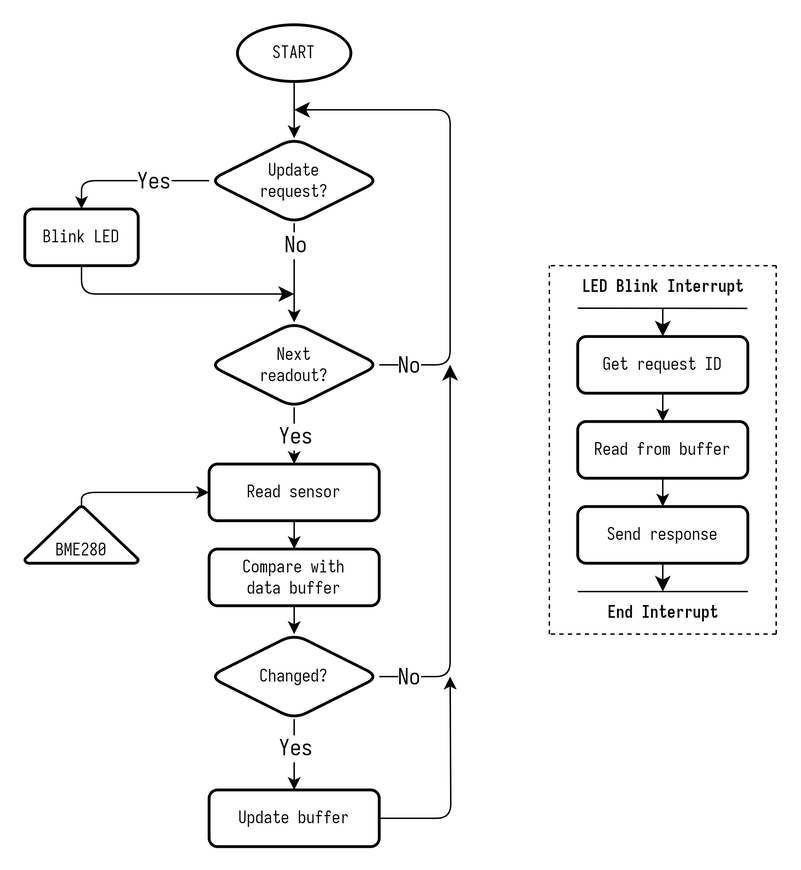
Earlier version of the draw.io export images/SLAVE-loop-flowchart.png (utbrott/lora-psn). Source tidied: cells renumbered, new cells last; positions are measured from the earlier drawing's top-left corner, leaving out a move shared by most shapes.
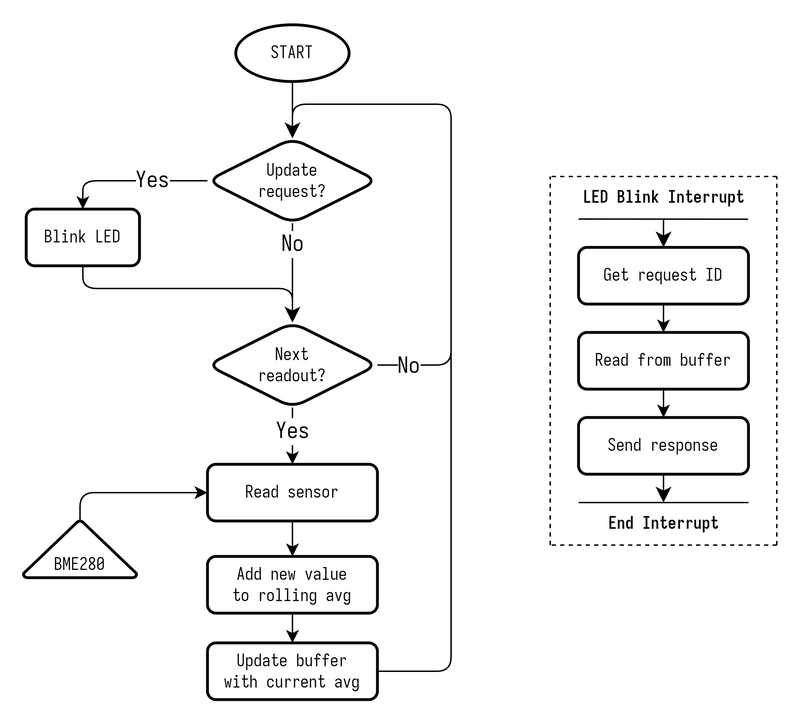
Later version of the same file.

The edit, as a diff of the source:
```diff
@@ -3,43 +3,43 @@
     <mxCell id="0" />
     <mxCell id="1" parent="0" />
     <mxCell id="2" value="Update&lt;br&gt;request?" style="rhombus;whiteSpace=wrap;html=1;fontFamily=Iosevka;fontSize=12;strokeWidth=2;rounded=1;" parent="1" vertex="1">
-      <mxGeometry x="130" y="80" width="120" height="60" as="geometry" />
+      <mxGeometry x="129" y="132" width="120" height="60" as="geometry" />
     </mxCell>
-    <mxCell id="3" style="edgeStyle=none;rounded=1;jettySize=auto;html=1;fontSize=12;startSize=8;endSize=8;exitX=0.5;exitY=1;exitDx=0;exitDy=0;" parent="1" edge="1" source="4">
+    <mxCell id="3" style="edgeStyle=none;rounded=1;jettySize=auto;html=1;fontSize=12;startSize=8;endSize=8;exitX=0.5;exitY=1;exitDx=0;exitDy=0;entryX=0.5;entryY=0;entryDx=0;entryDy=0;" parent="1" edge="1" source="4" target="7">
       <mxGeometry relative="1" as="geometry">
-        <mxPoint x="190" y="190" as="targetPoint" />
         <Array as="points">
-          <mxPoint x="40" y="190" />
+          <mxPoint x="41" y="238" />
+          <mxPoint x="189" y="238" />
         </Array>
       </mxGeometry>
     </mxCell>
     <mxCell id="4" value="Blink LED" style="rounded=1;whiteSpace=wrap;html=1;fontSize=12;glass=0;strokeWidth=2;shadow=0;fontFamily=Iosevka;" parent="1" vertex="1">
-      <mxGeometry y="130" width="80" height="40" as="geometry" />
+      <mxGeometry x="1" y="182" width="80" height="40" as="geometry" />
     </mxCell>
-    <mxCell id="5" style="edgeStyle=none;rounded=1;jettySize=auto;html=1;exitX=1;exitY=0.5;exitDx=0;exitDy=0;fontSize=12;startSize=8;endSize=8;" parent="1" edge="1" source="7">
+    <mxCell id="5" style="edgeStyle=none;rounded=1;jettySize=auto;html=1;exitX=1;exitY=0.5;exitDx=0;exitDy=0;fontSize=12;startSize=8;endSize=8;entryX=0.5;entryY=0;entryDx=0;entryDy=0;" parent="1" edge="1" source="7" target="2">
       <mxGeometry relative="1" as="geometry">
-        <mxPoint x="190" y="60" as="targetPoint" />
         <Array as="points">
-          <mxPoint x="300" y="240" />
-          <mxPoint x="300" y="60" />
+          <mxPoint x="301" y="292" />
+          <mxPoint x="301" y="108" />
+          <mxPoint x="189" y="108" />
         </Array>
       </mxGeometry>
     </mxCell>
     <mxCell id="6" value="No" style="edgeLabel;html=1;align=center;verticalAlign=middle;fontSize=16;fontFamily=Iosevka;rounded=1;" parent="5" vertex="1">
       <mxGeometry x="-0.35" relative="1" as="geometry">
-        <mxPoint x="-30" y="60" as="offset" />
+        <mxPoint x="-30" y="69" as="offset" />
       </mxGeometry>
     </mxCell>
     <mxCell id="7" value="Next&lt;br&gt;readout?" style="rhombus;whiteSpace=wrap;html=1;fontFamily=Iosevka;fontSize=12;strokeWidth=2;rounded=1;" parent="1" vertex="1">
-      <mxGeometry x="130" y="210" width="120" height="60" as="geometry" />
+      <mxGeometry x="129" y="262" width="120" height="60" as="geometry" />
     </mxCell>
-    <mxCell id="8" style="edgeStyle=orthogonalEdgeStyle;rounded=1;jettySize=auto;html=1;exitX=0.5;exitY=1;exitDx=0;exitDy=0;entryX=0.5;entryY=0;entryDx=0;entryDy=0;" parent="1" edge="1" source="9" target="22">
+    <mxCell id="8" style="edgeStyle=orthogonalEdgeStyle;rounded=1;jettySize=auto;html=1;exitX=0.5;exitY=1;exitDx=0;exitDy=0;" parent="1" edge="1" source="9" target="24">
       <mxGeometry relative="1" as="geometry" />
     </mxCell>
-    <mxCell id="9" value="Compare with&lt;br style=&quot;font-size: 12px;&quot;&gt;data buffer" style="rounded=1;whiteSpace=wrap;html=1;fontSize=12;glass=0;strokeWidth=2;shadow=0;fontFamily=Iosevka;" parent="1" vertex="1">
-      <mxGeometry x="130" y="370" width="120" height="40" as="geometry" />
+    <mxCell id="9" value="Add new value&lt;br&gt;to rolling avg" style="rounded=1;whiteSpace=wrap;html=1;fontSize=12;glass=0;strokeWidth=2;shadow=0;fontFamily=Iosevka;" parent="1" vertex="1">
+      <mxGeometry x="129" y="427" width="120" height="40" as="geometry" />
     </mxCell>
-    <mxCell id="10" style="endArrow=classic;html=1;rounded=1;fontFamily=Iosevka;exitX=0.5;exitY=1;exitDx=0;exitDy=0;entryX=0.5;entryY=0;entryDx=0;entryDy=0;strokeWidth=1;" parent="1" edge="1" source="2" target="7">
+    <mxCell id="10" style="endArrow=classic;html=1;rounded=1;fontFamily=Iosevka;exitX=0.5;exitY=1;exitDx=0;exitDy=0;strokeWidth=1;" parent="1" edge="1" source="2" target="7">
       <mxGeometry relative="1" as="geometry" />
     </mxCell>
     <mxCell id="11" value="No" style="edgeLabel;html=1;align=center;verticalAlign=middle;fontFamily=Iosevka;fontSize=16;rounded=1;" parent="10" vertex="1">
@@ -50,7 +50,7 @@
     <mxCell id="12" style="endArrow=classic;html=1;rounded=1;exitX=0;exitY=0.5;exitDx=0;exitDy=0;entryX=0.5;entryY=0;entryDx=0;entryDy=0;strokeWidth=1;" parent="1" edge="1" source="2" target="4">
       <mxGeometry relative="1" as="geometry">
         <Array as="points">
-          <mxPoint x="40" y="110" />
+          <mxPoint x="41" y="162" />
         </Array>
       </mxGeometry>
     </mxCell>
@@ -62,65 +62,46 @@
     <mxCell id="14" style="edgeStyle=orthogonalEdgeStyle;rounded=1;jettySize=auto;html=1;exitX=0.5;exitY=0;exitDx=0;exitDy=0;exitPerimeter=0;fontSize=12;strokeWidth=1;" parent="1" edge="1" source="15" target="19">
       <mxGeometry relative="1" as="geometry">
         <Array as="points">
-          <mxPoint x="40" y="330" />
+          <mxPoint x="39" y="382" />
         </Array>
       </mxGeometry>
     </mxCell>
     <mxCell id="15" value="BME280" style="strokeWidth=2;html=1;shape=mxgraph.flowchart.extract_or_measurement;whiteSpace=wrap;verticalAlign=bottom;fontFamily=Iosevka;rounded=1;" parent="1" vertex="1">
-      <mxGeometry y="340" width="80" height="40" as="geometry" />
+      <mxGeometry x="-1" y="402" width="80" height="40" as="geometry" />
     </mxCell>
     <mxCell id="16" style="endArrow=classic;html=1;rounded=1;fontFamily=Iosevka;strokeWidth=1;exitX=0.5;exitY=1;exitDx=0;exitDy=0;entryX=0.5;entryY=0;entryDx=0;entryDy=0;" parent="1" edge="1" source="7" target="19">
       <mxGeometry relative="1" as="geometry" />
     </mxCell>
     <mxCell id="17" value="Yes" style="edgeLabel;html=1;align=center;verticalAlign=middle;fontFamily=Iosevka;fontSize=16;rounded=1;" parent="16" vertex="1">
-      <mxGeometry relative="1" as="geometry" />
+      <mxGeometry relative="1" as="geometry">
+        <mxPoint y="-3" as="offset" />
+      </mxGeometry>
     </mxCell>
     <mxCell id="18" style="edgeStyle=orthogonalEdgeStyle;rounded=1;jettySize=auto;html=1;exitX=0.5;exitY=1;exitDx=0;exitDy=0;entryX=0.5;entryY=0;entryDx=0;entryDy=0;" parent="1" edge="1" source="19" target="9">
       <mxGeometry relative="1" as="geometry" />
     </mxCell>
     <mxCell id="19" value="Read sensor" style="rounded=1;whiteSpace=wrap;html=1;fontSize=12;glass=0;strokeWidth=2;shadow=0;fontFamily=Iosevka;" parent="1" vertex="1">
-      <mxGeometry x="130" y="310" width="120" height="40" as="geometry" />
+      <mxGeometry x="129" y="362" width="120" height="40" as="geometry" />
     </mxCell>
-    <mxCell id="20" style="edgeStyle=none;rounded=1;jettySize=auto;html=1;fontSize=12;startSize=8;endSize=8;" parent="1" edge="1" source="22">
-      <mxGeometry relative="1" as="geometry">
-        <mxPoint x="300" y="240" as="targetPoint" />
-        <Array as="points">
-          <mxPoint x="300" y="460" />
-        </Array>
-      </mxGeometry>
-    </mxCell>
-    <mxCell id="21" value="No" style="edgeLabel;html=1;align=center;verticalAlign=middle;fontSize=16;fontFamily=Iosevka;rounded=1;" parent="20" vertex="1">
-      <mxGeometry x="-0.87" y="-1" relative="1" as="geometry">
-        <mxPoint x="3" y="-1" as="offset" />
-      </mxGeometry>
-    </mxCell>
-    <mxCell id="22" value="Changed?" style="rhombus;whiteSpace=wrap;html=1;fontFamily=Iosevka;fontSize=12;strokeWidth=2;rounded=1;" parent="1" vertex="1">
-      <mxGeometry x="130" y="430" width="120" height="60" as="geometry" />
-    </mxCell>
-    <mxCell id="23" style="edgeStyle=orthogonalEdgeStyle;rounded=1;jettySize=auto;html=1;exitX=1;exitY=0.5;exitDx=0;exitDy=0;" parent="1" edge="1" source="24">
-      <mxGeometry relative="1" as="geometry">
-        <mxPoint x="300" y="460" as="targetPoint" />
-      </mxGeometry>
-    </mxCell>
+    <mxCell id="46" style="edgeStyle=none;rounded=1;jettySize=auto;html=1;fontSize=12;startSize=8;endSize=8;endArrow=none;endFill=0;" parent="1" edge="1" source="24">
+      <mxGeometry relative="1" as="geometry">
+        <mxPoint x="301" y="248" as="targetPoint" />
+        <Array as="points">
+          <mxPoint x="301" y="508" />
+        </Array>
+      </mxGeometry>
+    </mxCell>
-    <mxCell id="24" value="Update buffer" style="rounded=1;whiteSpace=wrap;html=1;fontSize=12;glass=0;strokeWidth=2;shadow=0;fontFamily=Iosevka;" parent="1" vertex="1">
-      <mxGeometry x="130" y="540" width="120" height="40" as="geometry" />
+    <mxCell id="24" value="Update buffer&lt;br&gt;with current avg" style="rounded=1;whiteSpace=wrap;html=1;fontSize=12;glass=0;strokeWidth=2;shadow=0;fontFamily=Iosevka;" parent="1" vertex="1">
+      <mxGeometry x="129" y="488" width="120" height="40" as="geometry" />
     </mxCell>
-    <mxCell id="25" style="endArrow=classic;html=1;rounded=1;exitX=0.5;exitY=1;exitDx=0;exitDy=0;entryX=0.5;entryY=0;entryDx=0;entryDy=0;" parent="1" edge="1" source="22" target="24">
-      <mxGeometry relative="1" as="geometry" />
-    </mxCell>
-    <mxCell id="26" value="Yes" style="edgeLabel;html=1;align=center;verticalAlign=middle;fontSize=16;fontFamily=Iosevka;rounded=1;" parent="25" vertex="1">
-      <mxGeometry relative="1" as="geometry">
-        <mxPoint y="-5" as="offset" />
-      </mxGeometry>
-    </mxCell>
-    <mxCell id="27" style="edgeStyle=orthogonalEdgeStyle;rounded=1;jettySize=auto;html=1;exitX=0.5;exitY=1;exitDx=0;exitDy=0;exitPerimeter=0;entryX=0.5;entryY=0;entryDx=0;entryDy=0;" parent="1" edge="1" source="28" target="2">
+    <mxCell id="27" style="edgeStyle=orthogonalEdgeStyle;rounded=1;jettySize=auto;html=1;exitX=0.5;exitY=1;exitDx=0;exitDy=0;exitPerimeter=0;" parent="1" edge="1" source="28" target="2">
       <mxGeometry relative="1" as="geometry" />
     </mxCell>
     <mxCell id="28" value="START" style="strokeWidth=2;html=1;shape=mxgraph.flowchart.start_1;whiteSpace=wrap;fontFamily=Iosevka;rounded=1;" parent="1" vertex="1">
-      <mxGeometry x="150" width="80" height="40" as="geometry" />
+      <mxGeometry x="149" y="52" width="80" height="40" as="geometry" />
     </mxCell>
     <mxCell id="29" style="group;rounded=1;" parent="1" vertex="1">
-      <mxGeometry x="370" y="170" width="160" height="260" as="geometry" />
+      <mxGeometry x="371" y="159" width="160" height="260" as="geometry" />
     </mxCell>
     <mxCell id="30" value="Get request ID" style="rounded=1;whiteSpace=wrap;html=1;fontSize=12;glass=0;strokeWidth=2;shadow=0;fontFamily=Iosevka;" parent="29" vertex="1">
       <mxGeometry x="20" y="50" width="120" height="40" as="geometry" />
```
